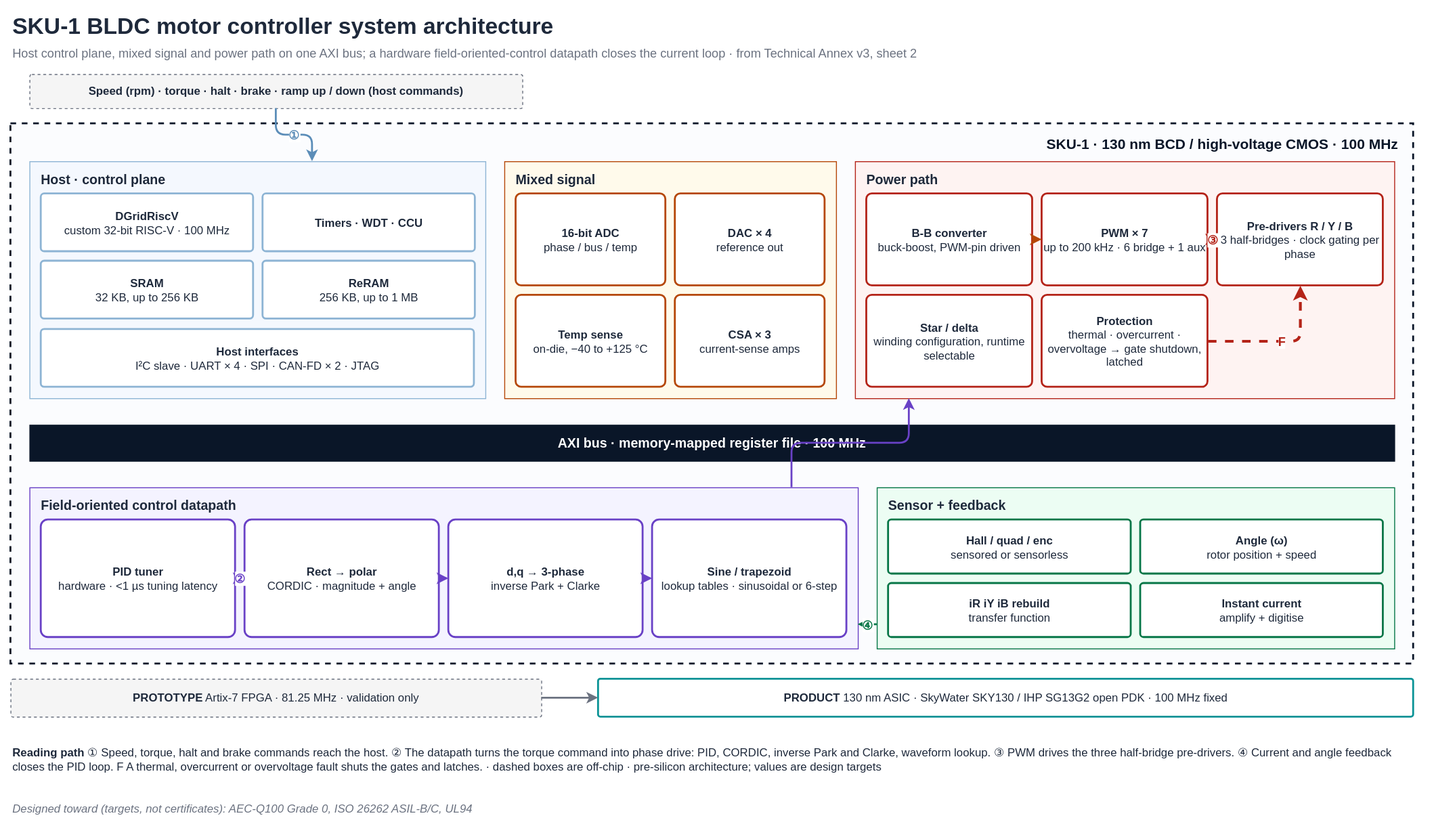
This is public/diagrams/sku-1-architecture.svg from shekerkamma/deepgrid-dr-silicon-v11, a draw.io export, as it was before one commit. Source tidied: cells renumbered, new cells last; positions are measured from the earlier drawing's top-left corner, leaving out a move shared by most shapes. Source of this version:
```xml
<mxGraphModel background="#FFFFFF">
  <root>
    <mxCell id="0" />
    <mxCell id="1" parent="0" />
    <mxCell id="2" value="SKU-1 BLDC motor controller system architecture" style="text;html=1;align=left;verticalAlign=middle;whiteSpace=wrap;fontSize=24;fontColor=#1E293B;fontStyle=1;" parent="1" vertex="1">
      <mxGeometry width="1200" height="36" as="geometry" />
    </mxCell>
    <mxCell id="3" value="Host control plane, mixed signal and power path on one AXI bus; a hardware field-oriented-control datapath closes the current loop · from Technical Annex v3, sheet 2" style="text;html=1;align=left;verticalAlign=middle;whiteSpace=wrap;fontSize=13;fontColor=#6B7280;" parent="1" vertex="1">
      <mxGeometry y="34" width="1480" height="24" as="geometry" />
    </mxCell>
    <mxCell id="4" value="SKU-1  ·  130 nm BCD / high-voltage CMOS  ·  100 MHz" style="rounded=0;whiteSpace=wrap;html=1;fillColor=#FBFCFE;strokeColor=#0A1628;strokeWidth=2;dashed=1;verticalAlign=top;align=right;spacingRight=14;spacingTop=6;fontSize=15;fontStyle=1;fontColor=#0A1628;" parent="1" vertex="1">
      <mxGeometry y="120" width="1480" height="570" as="geometry" />
    </mxCell>
    <mxCell id="5" value="&lt;b&gt;Speed (rpm) · torque · halt · brake · ramp up / down   (host commands)&lt;/b&gt;" style="rounded=1;whiteSpace=wrap;html=1;fillColor=#F5F5F5;strokeColor=#6B7280;dashed=1;fontSize=12;fontColor=#1E293B;arcSize=6;" parent="1" vertex="1">
      <mxGeometry x="20" y="68" width="520" height="36" as="geometry" />
    </mxCell>
    <mxCell id="6" value="Host · control plane" style="rounded=0;whiteSpace=wrap;html=1;fillColor=#F4F8FE;strokeColor=#8DB4D4;verticalAlign=top;align=left;spacingLeft=10;spacingTop=4;fontSize=14;fontStyle=1;fontColor=#1E293B;" parent="1" vertex="1">
      <mxGeometry x="20" y="160" width="481" height="250" as="geometry" />
    </mxCell>
    <mxCell id="7" value="&lt;b&gt;DGridRiscV&lt;/b&gt;&lt;br&gt;custom 32-bit RISC-V · 100 MHz" style="rounded=1;whiteSpace=wrap;html=1;fillColor=#FFFFFF;strokeColor=#8DB4D4;strokeWidth=2;fontSize=12;fontColor=#1E293B;arcSize=6;" parent="1" vertex="1">
      <mxGeometry x="32" y="194" width="224" height="61" as="geometry" />
    </mxCell>
    <mxCell id="8" value="&lt;b&gt;Timers · WDT · CCU&lt;/b&gt;" style="rounded=1;whiteSpace=wrap;html=1;fillColor=#FFFFFF;strokeColor=#8DB4D4;strokeWidth=2;fontSize=12;fontColor=#1E293B;arcSize=6;" parent="1" vertex="1">
      <mxGeometry x="266" y="194" width="224" height="61" as="geometry" />
    </mxCell>
    <mxCell id="9" value="&lt;b&gt;SRAM&lt;/b&gt;&lt;br&gt;32 KB, up to 256 KB" style="rounded=1;whiteSpace=wrap;html=1;fillColor=#FFFFFF;strokeColor=#8DB4D4;strokeWidth=2;fontSize=12;fontColor=#1E293B;arcSize=6;" parent="1" vertex="1">
      <mxGeometry x="32" y="265" width="224" height="61" as="geometry" />
    </mxCell>
    <mxCell id="10" value="&lt;b&gt;ReRAM&lt;/b&gt;&lt;br&gt;256 KB, up to 1 MB" style="rounded=1;whiteSpace=wrap;html=1;fillColor=#FFFFFF;strokeColor=#8DB4D4;strokeWidth=2;fontSize=12;fontColor=#1E293B;arcSize=6;" parent="1" vertex="1">
      <mxGeometry x="266" y="265" width="224" height="61" as="geometry" />
    </mxCell>
    <mxCell id="11" value="&lt;b&gt;Host interfaces&lt;/b&gt;&lt;br&gt;I²C slave · UART × 4 · SPI · CAN-FD × 2 · JTAG" style="rounded=1;whiteSpace=wrap;html=1;fillColor=#FFFFFF;strokeColor=#8DB4D4;strokeWidth=2;fontSize=12;fontColor=#1E293B;arcSize=6;" parent="1" vertex="1">
      <mxGeometry x="32" y="337" width="457" height="61" as="geometry" />
    </mxCell>
    <mxCell id="12" value="Mixed signal" style="rounded=0;whiteSpace=wrap;html=1;fillColor=#FFFAEB;strokeColor=#B54708;verticalAlign=top;align=left;spacingLeft=10;spacingTop=4;fontSize=14;fontStyle=1;fontColor=#1E293B;" parent="1" vertex="1">
      <mxGeometry x="521" y="160" width="350" height="250" as="geometry" />
    </mxCell>
    <mxCell id="13" value="&lt;b&gt;16-bit ADC&lt;/b&gt;&lt;br&gt;phase / bus / temp" style="rounded=1;whiteSpace=wrap;html=1;fillColor=#FFFFFF;strokeColor=#B54708;strokeWidth=2;fontSize=12;fontColor=#1E293B;arcSize=6;" parent="1" vertex="1">
      <mxGeometry x="533" y="194" width="158" height="97" as="geometry" />
    </mxCell>
    <mxCell id="14" value="&lt;b&gt;DAC × 4&lt;/b&gt;&lt;br&gt;reference out" style="rounded=1;whiteSpace=wrap;html=1;fillColor=#FFFFFF;strokeColor=#B54708;strokeWidth=2;fontSize=12;fontColor=#1E293B;arcSize=6;" parent="1" vertex="1">
      <mxGeometry x="701" y="194" width="158" height="97" as="geometry" />
    </mxCell>
    <mxCell id="15" value="&lt;b&gt;Temp sense&lt;/b&gt;&lt;br&gt;on-die, −40 to +125 °C" style="rounded=1;whiteSpace=wrap;html=1;fillColor=#FFFFFF;strokeColor=#B54708;strokeWidth=2;fontSize=12;fontColor=#1E293B;arcSize=6;" parent="1" vertex="1">
      <mxGeometry x="533" y="301" width="158" height="97" as="geometry" />
    </mxCell>
    <mxCell id="16" value="&lt;b&gt;CSA × 3&lt;/b&gt;&lt;br&gt;current-sense amps" style="rounded=1;whiteSpace=wrap;html=1;fillColor=#FFFFFF;strokeColor=#B54708;strokeWidth=2;fontSize=12;fontColor=#1E293B;arcSize=6;" parent="1" vertex="1">
      <mxGeometry x="701" y="301" width="158" height="97" as="geometry" />
    </mxCell>
    <mxCell id="17" value="Power path" style="rounded=0;whiteSpace=wrap;html=1;fillColor=#FEF3F2;strokeColor=#B42318;verticalAlign=top;align=left;spacingLeft=10;spacingTop=4;fontSize=14;fontStyle=1;fontColor=#1E293B;" parent="1" vertex="1">
      <mxGeometry x="891" y="160" width="569" height="250" as="geometry" />
    </mxCell>
    <mxCell id="18" value="&lt;b&gt;B-B converter&lt;/b&gt;&lt;br&gt;buck-boost, PWM-pin driven" style="rounded=1;whiteSpace=wrap;html=1;fillColor=#FFFFFF;strokeColor=#B42318;strokeWidth=2;fontSize=12;fontColor=#1E293B;arcSize=6;" parent="1" vertex="1">
      <mxGeometry x="903" y="194" width="175" height="97" as="geometry" />
    </mxCell>
    <mxCell id="19" value="&lt;b&gt;PWM × 7&lt;/b&gt;&lt;br&gt;up to 200 kHz · 6 bridge + 1 aux" style="rounded=1;whiteSpace=wrap;html=1;fillColor=#FFFFFF;strokeColor=#B42318;strokeWidth=2;fontSize=12;fontColor=#1E293B;arcSize=6;" parent="1" vertex="1">
      <mxGeometry x="1088" y="194" width="175" height="97" as="geometry" />
    </mxCell>
    <mxCell id="20" value="&lt;b&gt;Pre-drivers R / Y / B&lt;/b&gt;&lt;br&gt;3 half-bridges · clock gating per phase" style="rounded=1;whiteSpace=wrap;html=1;fillColor=#FFFFFF;strokeColor=#B42318;strokeWidth=2;fontSize=12;fontColor=#1E293B;arcSize=6;" parent="1" vertex="1">
      <mxGeometry x="1273" y="194" width="175" height="97" as="geometry" />
    </mxCell>
    <mxCell id="21" value="&lt;b&gt;Star / delta&lt;/b&gt;&lt;br&gt;winding configuration, runtime selectable" style="rounded=1;whiteSpace=wrap;html=1;fillColor=#FFFFFF;strokeColor=#B42318;strokeWidth=2;fontSize=12;fontColor=#1E293B;arcSize=6;" parent="1" vertex="1">
      <mxGeometry x="903" y="301" width="175" height="97" as="geometry" />
    </mxCell>
    <mxCell id="22" value="&lt;b&gt;Protection&lt;/b&gt;&lt;br&gt;thermal · overcurrent · overvoltage → gate shutdown, latched" style="rounded=1;whiteSpace=wrap;html=1;fillColor=#FFFFFF;strokeColor=#B42318;strokeWidth=2;fontSize=12;fontColor=#1E293B;arcSize=6;" parent="1" vertex="1">
      <mxGeometry x="1088" y="301" width="175" height="97" as="geometry" />
    </mxCell>
    <mxCell id="23" value="&lt;b&gt;AXI bus  ·  memory-mapped register file  ·  100 MHz&lt;/b&gt;" style="rounded=0;whiteSpace=wrap;html=1;fillColor=#0A1628;strokeColor=#0A1628;fontSize=14;fontColor=#FFFFFF;" parent="1" vertex="1">
      <mxGeometry x="20" y="438" width="1440" height="38" as="geometry" />
    </mxCell>
    <mxCell id="24" value="Field-oriented control datapath" style="rounded=0;whiteSpace=wrap;html=1;fillColor=#F4F3FF;strokeColor=#6941C6;verticalAlign=top;align=left;spacingLeft=10;spacingTop=4;fontSize=14;fontStyle=1;fontColor=#1E293B;" parent="1" vertex="1">
      <mxGeometry x="20" y="504" width="874" height="170" as="geometry" />
    </mxCell>
    <mxCell id="25" value="&lt;b&gt;PID tuner&lt;/b&gt;&lt;br&gt;hardware · &amp;lt;1 µs tuning latency" style="rounded=1;whiteSpace=wrap;html=1;fillColor=#FFFFFF;strokeColor=#6941C6;strokeWidth=2;fontSize=12;fontColor=#1E293B;arcSize=6;" parent="1" vertex="1">
      <mxGeometry x="32" y="538" width="205" height="124" as="geometry" />
    </mxCell>
    <mxCell id="26" value="&lt;b&gt;Rect → polar&lt;/b&gt;&lt;br&gt;CORDIC · magnitude + angle" style="rounded=1;whiteSpace=wrap;html=1;fillColor=#FFFFFF;strokeColor=#6941C6;strokeWidth=2;fontSize=12;fontColor=#1E293B;arcSize=6;" parent="1" vertex="1">
      <mxGeometry x="247" y="538" width="205" height="124" as="geometry" />
    </mxCell>
    <mxCell id="27" value="&lt;b&gt;d,q → 3-phase&lt;/b&gt;&lt;br&gt;inverse Park + Clarke" style="rounded=1;whiteSpace=wrap;html=1;fillColor=#FFFFFF;strokeColor=#6941C6;strokeWidth=2;fontSize=12;fontColor=#1E293B;arcSize=6;" parent="1" vertex="1">
      <mxGeometry x="462" y="538" width="205" height="124" as="geometry" />
    </mxCell>
    <mxCell id="28" value="&lt;b&gt;Sine / trapezoid&lt;/b&gt;&lt;br&gt;lookup tables · sinusoidal or 6-step" style="rounded=1;whiteSpace=wrap;html=1;fillColor=#FFFFFF;strokeColor=#6941C6;strokeWidth=2;fontSize=12;fontColor=#1E293B;arcSize=6;" parent="1" vertex="1">
      <mxGeometry x="677" y="538" width="205" height="124" as="geometry" />
    </mxCell>
    <mxCell id="29" value="Sensor + feedback" style="rounded=0;whiteSpace=wrap;html=1;fillColor=#ECFDF3;strokeColor=#067647;verticalAlign=top;align=left;spacingLeft=10;spacingTop=4;fontSize=14;fontStyle=1;fontColor=#1E293B;" parent="1" vertex="1">
      <mxGeometry x="914" y="504" width="546" height="170" as="geometry" />
    </mxCell>
    <mxCell id="30" value="&lt;b&gt;Hall / quad / enc&lt;/b&gt;&lt;br&gt;sensored or sensorless" style="rounded=1;whiteSpace=wrap;html=1;fillColor=#FFFFFF;strokeColor=#067647;strokeWidth=2;fontSize=12;fontColor=#1E293B;arcSize=6;" parent="1" vertex="1">
      <mxGeometry x="926" y="538" width="256" height="57" as="geometry" />
    </mxCell>
    <mxCell id="31" value="&lt;b&gt;Angle (ω)&lt;/b&gt;&lt;br&gt;rotor position + speed" style="rounded=1;whiteSpace=wrap;html=1;fillColor=#FFFFFF;strokeColor=#067647;strokeWidth=2;fontSize=12;fontColor=#1E293B;arcSize=6;" parent="1" vertex="1">
      <mxGeometry x="1192" y="538" width="256" height="57" as="geometry" />
    </mxCell>
    <mxCell id="32" value="&lt;b&gt;iR iY iB rebuild&lt;/b&gt;&lt;br&gt;transfer function" style="rounded=1;whiteSpace=wrap;html=1;fillColor=#FFFFFF;strokeColor=#067647;strokeWidth=2;fontSize=12;fontColor=#1E293B;arcSize=6;" parent="1" vertex="1">
      <mxGeometry x="926" y="605" width="256" height="57" as="geometry" />
    </mxCell>
    <mxCell id="33" value="&lt;b&gt;Instant current&lt;/b&gt;&lt;br&gt;amplify + digitise" style="rounded=1;whiteSpace=wrap;html=1;fillColor=#FFFFFF;strokeColor=#067647;strokeWidth=2;fontSize=12;fontColor=#1E293B;arcSize=6;" parent="1" vertex="1">
      <mxGeometry x="1192" y="605" width="256" height="57" as="geometry" />
    </mxCell>
    <mxCell id="34" value="&lt;b&gt;PROTOTYPE&lt;/b&gt;  Artix-7 FPGA · 81.25 MHz · validation only" style="rounded=1;whiteSpace=wrap;html=1;fillColor=#F5F5F5;strokeColor=#6B7280;dashed=1;fontSize=12;fontColor=#1E293B;arcSize=6;" parent="1" vertex="1">
      <mxGeometry y="706" width="560" height="40" as="geometry" />
    </mxCell>
    <mxCell id="35" value="&lt;b&gt;PRODUCT&lt;/b&gt;  130 nm ASIC · SkyWater SKY130 / IHP SG13G2 open PDK · 100 MHz fixed" style="rounded=1;whiteSpace=wrap;html=1;fillColor=#FFFFFF;strokeColor=#0A9396;strokeWidth=2;fontSize=12;fontColor=#1E293B;arcSize=6;" parent="1" vertex="1">
      <mxGeometry x="620" y="706" width="860" height="40" as="geometry" />
    </mxCell>
    <mxCell id="36" style="edgeStyle=orthogonalEdgeStyle;rounded=1;html=1;strokeColor=#6B7280;strokeWidth=2;fontSize=13;fontStyle=1;fontColor=#6B7280;labelBackgroundColor=#FFFFFF;" parent="1" edge="1" source="34" target="35">
      <mxGeometry relative="1" as="geometry" />
    </mxCell>
    <mxCell id="37" value="①" style="edgeStyle=orthogonalEdgeStyle;rounded=1;html=1;strokeColor=#5B8DB8;strokeWidth=2;fontSize=13;fontStyle=1;fontColor=#5B8DB8;labelBackgroundColor=#FFFFFF;exitX=0.5;exitY=1;entryX=0.62;entryY=0;" parent="1" edge="1" source="5" target="6">
      <mxGeometry relative="1" as="geometry" />
    </mxCell>
    <mxCell id="38" value="②" style="edgeStyle=orthogonalEdgeStyle;rounded=1;html=1;strokeColor=#6941C6;strokeWidth=2;fontSize=13;fontStyle=1;fontColor=#6941C6;labelBackgroundColor=#FFFFFF;" parent="1" edge="1" source="25" target="26">
      <mxGeometry relative="1" as="geometry" />
    </mxCell>
    <mxCell id="39" style="edgeStyle=orthogonalEdgeStyle;rounded=1;html=1;strokeColor=#6941C6;strokeWidth=2;fontSize=13;fontStyle=1;fontColor=#6941C6;labelBackgroundColor=#FFFFFF;" parent="1" edge="1" source="26" target="27">
      <mxGeometry relative="1" as="geometry" />
    </mxCell>
    <mxCell id="40" style="edgeStyle=orthogonalEdgeStyle;rounded=1;html=1;strokeColor=#6941C6;strokeWidth=2;fontSize=13;fontStyle=1;fontColor=#6941C6;labelBackgroundColor=#FFFFFF;" parent="1" edge="1" source="27" target="28">
      <mxGeometry relative="1" as="geometry" />
    </mxCell>
    <mxCell id="41" style="edgeStyle=orthogonalEdgeStyle;rounded=1;html=1;strokeColor=#6941C6;strokeWidth=2;fontSize=13;fontStyle=1;fontColor=#6941C6;labelBackgroundColor=#FFFFFF;exitX=0.92;exitY=0;entryX=0.1;entryY=1;" parent="1" edge="1" source="24" target="17">
      <mxGeometry relative="1" as="geometry" />
    </mxCell>
    <mxCell id="42" style="edgeStyle=orthogonalEdgeStyle;rounded=1;html=1;strokeColor=#B54708;strokeWidth=2;fontSize=13;fontStyle=1;fontColor=#B54708;labelBackgroundColor=#FFFFFF;" parent="1" edge="1" source="18" target="19">
      <mxGeometry relative="1" as="geometry" />
    </mxCell>
    <mxCell id="43" value="③" style="edgeStyle=orthogonalEdgeStyle;rounded=1;html=1;strokeColor=#B42318;strokeWidth=2;fontSize=13;fontStyle=1;fontColor=#B42318;labelBackgroundColor=#FFFFFF;" parent="1" edge="1" source="19" target="20">
      <mxGeometry relative="1" as="geometry" />
    </mxCell>
    <mxCell id="44" value="④" style="edgeStyle=orthogonalEdgeStyle;rounded=1;html=1;strokeColor=#067647;strokeWidth=2;fontSize=13;fontStyle=1;fontColor=#067647;labelBackgroundColor=#FFFFFF;exitX=0;exitY=0.85;entryX=1;entryY=0.85;" parent="1" edge="1" source="29" target="24">
      <mxGeometry relative="1" as="geometry" />
    </mxCell>
    <mxCell id="45" value="F" style="edgeStyle=orthogonalEdgeStyle;rounded=1;html=1;strokeColor=#B42318;strokeWidth=2;fontSize=13;fontStyle=1;fontColor=#B42318;labelBackgroundColor=#FFFFFF;dashed=1;strokeWidth=3;exitX=1;exitY=0.5;entryX=0.5;entryY=1;" parent="1" edge="1" source="22" target="20">
      <mxGeometry relative="1" as="geometry" />
    </mxCell>
    <mxCell id="46" value="&lt;b&gt;Reading path&lt;/b&gt;   ①  Speed, torque, halt and brake commands reach the host.   ②  The datapath turns the torque command into phase drive: PID, CORDIC, inverse Park and Clarke, waveform lookup.   ③  PWM drives the three half-bridge pre-drivers.   ④  Current and angle feedback closes the PID loop.   F  A thermal, overcurrent or overvoltage fault shuts the gates and latches.   ·   dashed boxes are off-chip   ·   pre-silicon architecture; values are design targets" style="text;html=1;align=left;verticalAlign=middle;whiteSpace=wrap;fontSize=12;fontColor=#1E293B;" parent="1" vertex="1">
      <mxGeometry y="762" width="1480" height="58" as="geometry" />
    </mxCell>
    <mxCell id="47" value="Designed toward (targets, not certificates): AEC-Q100 Grade 0, ISO 26262 ASIL-B/C, UL94" style="text;html=1;align=left;verticalAlign=middle;whiteSpace=wrap;fontSize=12;fontColor=#6B7280;fontStyle=2;" parent="1" vertex="1">
      <mxGeometry y="832" width="1480" height="22" as="geometry" />
    </mxCell>
  </root>
</mxGraphModel>
```
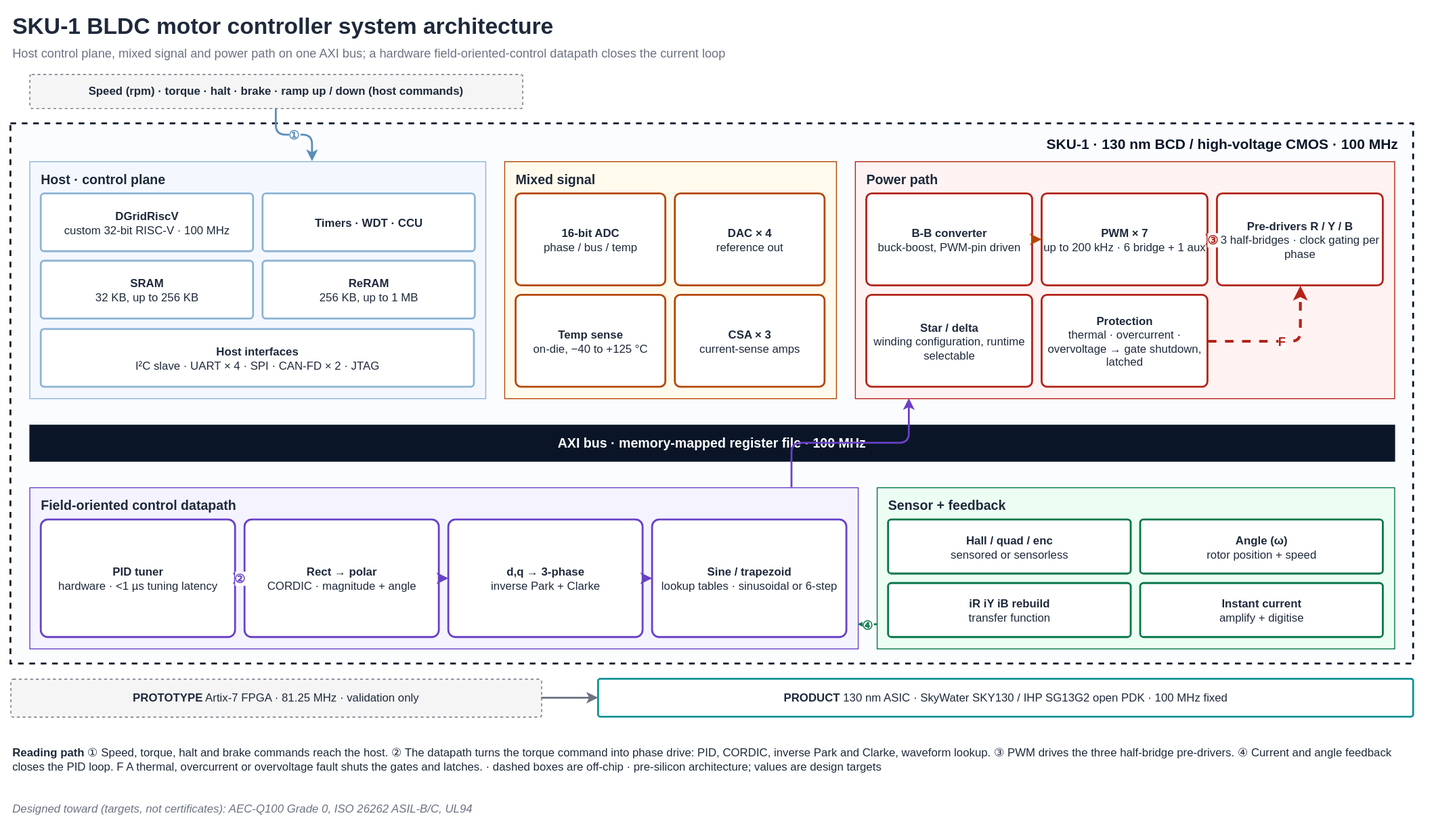
After the change.

Diff of the diagram source:
```diff
@@ -5,7 +5,7 @@
     <mxCell id="2" value="SKU-1 BLDC motor controller system architecture" style="text;html=1;align=left;verticalAlign=middle;whiteSpace=wrap;fontSize=24;fontColor=#1E293B;fontStyle=1;" parent="1" vertex="1">
       <mxGeometry width="1200" height="36" as="geometry" />
     </mxCell>
-    <mxCell id="3" value="Host control plane, mixed signal and power path on one AXI bus; a hardware field-oriented-control datapath closes the current loop · from Technical Annex v3, sheet 2" style="text;html=1;align=left;verticalAlign=middle;whiteSpace=wrap;fontSize=13;fontColor=#6B7280;" parent="1" vertex="1">
+    <mxCell id="3" value="Host control plane, mixed signal and power path on one AXI bus; a hardware field-oriented-control datapath closes the current loop" style="text;html=1;align=left;verticalAlign=middle;whiteSpace=wrap;fontSize=13;fontColor=#6B7280;" parent="1" vertex="1">
       <mxGeometry y="34" width="1480" height="24" as="geometry" />
     </mxCell>
     <mxCell id="4" value="SKU-1  ·  130 nm BCD / high-voltage CMOS  ·  100 MHz" style="rounded=0;whiteSpace=wrap;html=1;fillColor=#FBFCFE;strokeColor=#0A1628;strokeWidth=2;dashed=1;verticalAlign=top;align=right;spacingRight=14;spacingTop=6;fontSize=15;fontStyle=1;fontColor=#0A1628;" parent="1" vertex="1">
```
